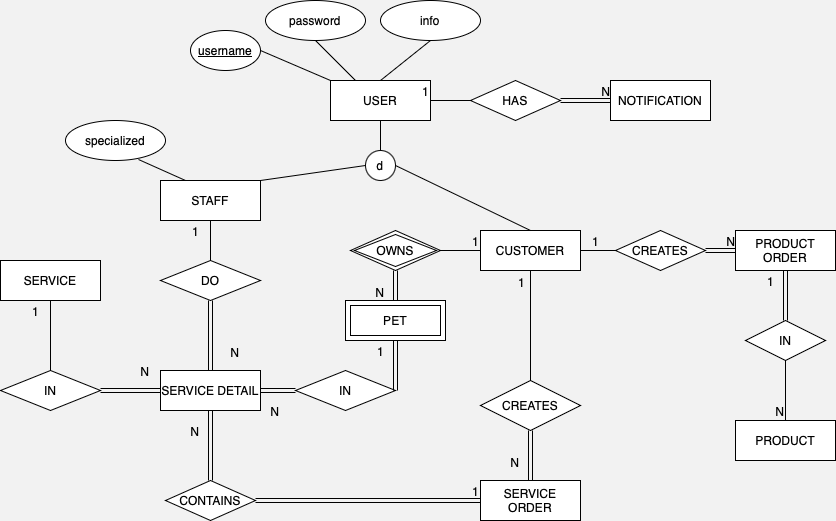
Earlier version of the draw.io export pet-spa-erd.drawio.png (blueonline07/auth-demo). Source tidied: cells renumbered, new cells last; positions are measured from the earlier drawing's top-left corner, leaving out a move shared by most shapes.
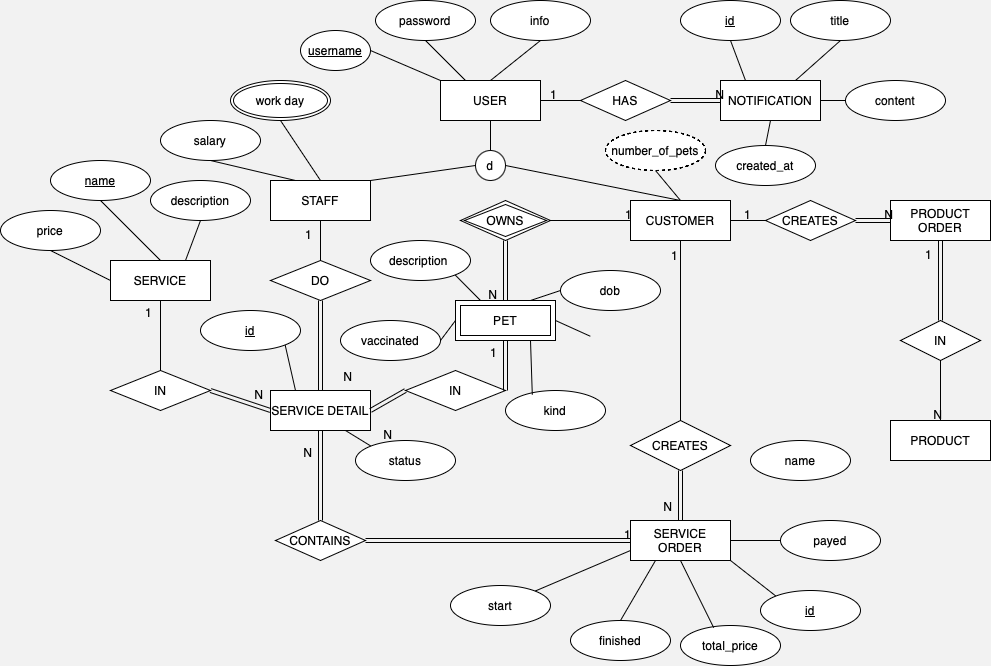
Later version of the same file.

Diff of the diagram source:
```diff
@@ -3,7 +3,7 @@
     <mxCell id="0" />
     <mxCell id="1" parent="0" />
     <mxCell id="2" value="CUSTOMER" style="whiteSpace=wrap;html=1;align=center;" parent="1" vertex="1">
-      <mxGeometry x="480" y="230" width="100" height="40" as="geometry" />
+      <mxGeometry x="520" y="200" width="100" height="40" as="geometry" />
     </mxCell>
     <mxCell id="3" value="SERVICE" style="whiteSpace=wrap;html=1;align=center;" parent="1" vertex="1">
       <mxGeometry y="260" width="100" height="40" as="geometry" />
@@ -21,7 +21,7 @@
       <mxGeometry x="610" y="80" width="100" height="40" as="geometry" />
     </mxCell>
     <mxCell id="8" value="OWNS" style="shape=rhombus;double=1;perimeter=rhombusPerimeter;whiteSpace=wrap;html=1;align=center;" parent="1" vertex="1">
-      <mxGeometry x="350" y="230" width="90" height="40" as="geometry" />
+      <mxGeometry x="350" y="200" width="90" height="40" as="geometry" />
     </mxCell>
     <mxCell id="9" style="shape=link;html=1;rounded=0;entryX=0.5;entryY=0;entryDx=0;entryDy=0;exitX=0.5;exitY=1;exitDx=0;exitDy=0;" parent="1" edge="1" source="8" target="4">
       <mxGeometry relative="1" as="geometry" />
@@ -32,7 +32,7 @@
       </mxGeometry>
     </mxCell>
     <mxCell id="11" value="SERVICE DETAIL" style="whiteSpace=wrap;html=1;align=center;" parent="1" vertex="1">
-      <mxGeometry x="160" y="370" width="100" height="40" as="geometry" />
+      <mxGeometry x="160" y="390" width="100" height="40" as="geometry" />
     </mxCell>
     <mxCell id="12" value="IN" style="shape=rhombus;perimeter=rhombusPerimeter;whiteSpace=wrap;html=1;align=center;rotation=0;" parent="1" vertex="1">
       <mxGeometry x="295" y="370" width="100" height="40" as="geometry" />
@@ -76,7 +76,7 @@
       </mxGeometry>
     </mxCell>
     <mxCell id="23" value="SERVICE ORDER" style="whiteSpace=wrap;html=1;align=center;" parent="1" vertex="1">
-      <mxGeometry x="480" y="480" width="100" height="40" as="geometry" />
+      <mxGeometry x="520" y="520" width="100" height="40" as="geometry" />
     </mxCell>
     <mxCell id="24" style="shape=link;html=1;rounded=0;entryX=0.5;entryY=1;entryDx=0;entryDy=0;exitX=0.5;exitY=0;exitDx=0;exitDy=0;" parent="1" edge="1" source="28" target="11">
       <mxGeometry relative="1" as="geometry" />
@@ -95,7 +95,7 @@
       </mxGeometry>
     </mxCell>
     <mxCell id="28" value="CONTAINS" style="shape=rhombus;perimeter=rhombusPerimeter;whiteSpace=wrap;html=1;align=center;" parent="1" vertex="1">
-      <mxGeometry x="165" y="480" width="90" height="40" as="geometry" />
+      <mxGeometry x="165" y="520" width="90" height="40" as="geometry" />
     </mxCell>
     <mxCell id="29" style="shape=link;html=1;rounded=0;entryX=0;entryY=0.5;entryDx=0;entryDy=0;exitX=1;exitY=0.5;exitDx=0;exitDy=0;" parent="1" edge="1" source="28" target="23">
       <mxGeometry relative="1" as="geometry" />
@@ -104,7 +104,7 @@
       <mxGeometry x="1" relative="1" as="geometry" />
     </mxCell>
     <mxCell id="31" value="CREATES" style="shape=rhombus;perimeter=rhombusPerimeter;whiteSpace=wrap;html=1;align=center;rotation=0;" parent="1" vertex="1">
-      <mxGeometry x="480" y="380" width="100" height="50" as="geometry" />
+      <mxGeometry x="520" y="420" width="100" height="50" as="geometry" />
     </mxCell>
     <mxCell id="32" style="endArrow=none;html=1;rounded=0;exitX=0.5;exitY=1;exitDx=0;exitDy=0;entryX=0.5;entryY=0;entryDx=0;entryDy=0;" parent="1" edge="1" source="6" target="33">
       <mxGeometry relative="1" as="geometry" />
@@ -131,16 +131,18 @@
       <mxGeometry relative="1" as="geometry" />
     </mxCell>
     <mxCell id="40" value="1" style="html=1;whiteSpace=wrap;align=right;verticalAlign=bottom;" parent="39" vertex="1">
-      <mxGeometry x="1" relative="1" as="geometry" />
+      <mxGeometry x="1" relative="1" as="geometry">
+        <mxPoint x="15" as="offset" />
+      </mxGeometry>
     </mxCell>
     <mxCell id="41" value="PRODUCT" style="whiteSpace=wrap;html=1;align=center;" parent="1" vertex="1">
-      <mxGeometry x="735" y="420" width="100" height="40" as="geometry" />
+      <mxGeometry x="780" y="420" width="100" height="40" as="geometry" />
     </mxCell>
     <mxCell id="42" value="PRODUCT ORDER" style="whiteSpace=wrap;html=1;align=center;" parent="1" vertex="1">
-      <mxGeometry x="735" y="230" width="100" height="40" as="geometry" />
+      <mxGeometry x="780" y="200" width="100" height="40" as="geometry" />
     </mxCell>
     <mxCell id="43" value="IN" style="shape=rhombus;perimeter=rhombusPerimeter;whiteSpace=wrap;html=1;align=center;" parent="1" vertex="1">
-      <mxGeometry x="745" y="320" width="80" height="40" as="geometry" />
+      <mxGeometry x="790" y="320" width="80" height="40" as="geometry" />
     </mxCell>
     <mxCell id="44" style="endArrow=none;html=1;rounded=0;entryX=0.5;entryY=0;entryDx=0;entryDy=0;exitX=0.5;exitY=1;exitDx=0;exitDy=0;" parent="1" edge="1" source="43" target="41">
       <mxGeometry relative="1" as="geometry" />
@@ -157,7 +159,7 @@
       </mxGeometry>
     </mxCell>
     <mxCell id="48" value="CREATES" style="shape=rhombus;perimeter=rhombusPerimeter;whiteSpace=wrap;html=1;align=center;rotation=0;" parent="1" vertex="1">
-      <mxGeometry x="615" y="230" width="90" height="40" as="geometry" />
+      <mxGeometry x="655" y="200" width="90" height="40" as="geometry" />
     </mxCell>
     <mxCell id="49" style="endArrow=none;html=1;rounded=0;entryX=1;entryY=0.5;entryDx=0;entryDy=0;exitX=0;exitY=0.5;exitDx=0;exitDy=0;" parent="1" edge="1" source="48" target="2">
       <mxGeometry relative="1" as="geometry" />
@@ -221,11 +223,139 @@
         <mxPoint x="-10" y="20" as="offset" />
       </mxGeometry>
     </mxCell>
-    <mxCell id="67" value="specialized" style="ellipse;whiteSpace=wrap;html=1;align=center;" parent="1" vertex="1">
-      <mxGeometry x="65" y="120" width="100" height="40" as="geometry" />
-    </mxCell>
-    <mxCell id="68" style="endArrow=none;html=1;rounded=0;exitX=0.25;exitY=0;exitDx=0;exitDy=0;entryX=0.73;entryY=0.975;entryDx=0;entryDy=0;entryPerimeter=0;" parent="1" edge="1" source="5" target="67">
-      <mxGeometry relative="1" as="geometry" />
-    </mxCell>
+    <mxCell id="69" value="price" style="ellipse;whiteSpace=wrap;html=1;align=center;" parent="1" vertex="1">
+      <mxGeometry x="-110" y="210" width="100" height="40" as="geometry" />
+    </mxCell>
+    <mxCell id="70" style="endArrow=none;html=1;rounded=0;entryX=0.5;entryY=0;entryDx=0;entryDy=0;exitX=0.5;exitY=1;exitDx=0;exitDy=0;" parent="1" edge="1" source="76" target="3">
+      <mxGeometry relative="1" as="geometry" />
+    </mxCell>
+    <mxCell id="71" style="endArrow=none;html=1;rounded=0;exitX=0.5;exitY=1;exitDx=0;exitDy=0;entryX=0;entryY=0.5;entryDx=0;entryDy=0;" parent="1" edge="1" source="69" target="3">
+      <mxGeometry relative="1" as="geometry" />
+    </mxCell>
+    <mxCell id="72" value="description" style="ellipse;whiteSpace=wrap;html=1;align=center;" parent="1" vertex="1">
+      <mxGeometry x="40" y="180" width="100" height="40" as="geometry" />
+    </mxCell>
+    <mxCell id="73" style="endArrow=none;html=1;rounded=0;exitX=0.75;exitY=0;exitDx=0;exitDy=0;entryX=0.5;entryY=1;entryDx=0;entryDy=0;" parent="1" edge="1" source="3" target="72">
+      <mxGeometry relative="1" as="geometry" />
+    </mxCell>
+    <mxCell id="74" value="salary" style="ellipse;whiteSpace=wrap;html=1;align=center;" parent="1" vertex="1">
+      <mxGeometry x="50" y="120" width="100" height="40" as="geometry" />
+    </mxCell>
+    <mxCell id="75" style="endArrow=none;html=1;rounded=0;exitX=0.5;exitY=1;exitDx=0;exitDy=0;entryX=0.25;entryY=0;entryDx=0;entryDy=0;" parent="1" edge="1" source="74" target="5">
+      <mxGeometry relative="1" as="geometry" />
+    </mxCell>
+    <mxCell id="76" value="name" style="ellipse;whiteSpace=wrap;html=1;align=center;fontStyle=4;" parent="1" vertex="1">
+      <mxGeometry x="-60" y="160" width="100" height="40" as="geometry" />
+    </mxCell>
+    <mxCell id="77" value="work day" style="ellipse;shape=doubleEllipse;margin=3;whiteSpace=wrap;html=1;align=center;" parent="1" vertex="1">
+      <mxGeometry x="120" y="80" width="100" height="40" as="geometry" />
+    </mxCell>
+    <mxCell id="78" style="endArrow=none;html=1;rounded=0;exitX=0.5;exitY=0;exitDx=0;exitDy=0;entryX=0.5;entryY=1;entryDx=0;entryDy=0;" parent="1" edge="1" source="5" target="77">
+      <mxGeometry relative="1" as="geometry" />
+    </mxCell>
+    <mxCell id="79" value="id" style="ellipse;whiteSpace=wrap;html=1;align=center;fontStyle=4;" parent="1" vertex="1">
+      <mxGeometry x="570" width="100" height="40" as="geometry" />
+    </mxCell>
+    <mxCell id="80" value="title" style="ellipse;whiteSpace=wrap;html=1;align=center;" parent="1" vertex="1">
+      <mxGeometry x="680" width="100" height="40" as="geometry" />
+    </mxCell>
+    <mxCell id="81" value="content" style="ellipse;whiteSpace=wrap;html=1;align=center;" parent="1" vertex="1">
+      <mxGeometry x="735" y="80" width="100" height="40" as="geometry" />
+    </mxCell>
+    <mxCell id="82" value="created_at" style="ellipse;whiteSpace=wrap;html=1;align=center;" parent="1" vertex="1">
+      <mxGeometry x="605" y="145" width="100" height="40" as="geometry" />
+    </mxCell>
+    <mxCell id="83" style="endArrow=none;html=1;rounded=0;exitX=0.5;exitY=1;exitDx=0;exitDy=0;entryX=0.5;entryY=0;entryDx=0;entryDy=0;" parent="1" edge="1" source="7" target="82">
+      <mxGeometry relative="1" as="geometry" />
+    </mxCell>
+    <mxCell id="84" style="endArrow=none;html=1;rounded=0;exitX=1;exitY=0.5;exitDx=0;exitDy=0;entryX=0;entryY=0.5;entryDx=0;entryDy=0;" parent="1" edge="1" source="7" target="81">
+      <mxGeometry relative="1" as="geometry" />
+    </mxCell>
+    <mxCell id="85" style="endArrow=none;html=1;rounded=0;exitX=0.75;exitY=0;exitDx=0;exitDy=0;entryX=0.5;entryY=1;entryDx=0;entryDy=0;" parent="1" edge="1" source="7" target="80">
+      <mxGeometry relative="1" as="geometry" />
+    </mxCell>
+    <mxCell id="86" style="endArrow=none;html=1;rounded=0;exitX=0.25;exitY=0;exitDx=0;exitDy=0;entryX=0.5;entryY=1;entryDx=0;entryDy=0;" parent="1" edge="1" source="7" target="79">
+      <mxGeometry relative="1" as="geometry" />
+    </mxCell>
+    <mxCell id="87" value="start" style="ellipse;whiteSpace=wrap;html=1;align=center;" parent="1" vertex="1">
+      <mxGeometry x="340" y="585" width="100" height="40" as="geometry" />
+    </mxCell>
+    <mxCell id="88" value="finished" style="ellipse;whiteSpace=wrap;html=1;align=center;" parent="1" vertex="1">
+      <mxGeometry x="460" y="620" width="100" height="40" as="geometry" />
+    </mxCell>
+    <mxCell id="89" value="status" style="ellipse;whiteSpace=wrap;html=1;align=center;" parent="1" vertex="1">
+      <mxGeometry x="245" y="440" width="100" height="40" as="geometry" />
+    </mxCell>
+    <mxCell id="90" style="endArrow=none;html=1;rounded=0;exitX=0;exitY=0.75;exitDx=0;exitDy=0;entryX=1;entryY=0;entryDx=0;entryDy=0;" parent="1" edge="1" source="23" target="87">
+      <mxGeometry relative="1" as="geometry" />
+    </mxCell>
+    <mxCell id="91" style="endArrow=none;html=1;rounded=0;exitX=0.25;exitY=1;exitDx=0;exitDy=0;entryX=0.5;entryY=0;entryDx=0;entryDy=0;" parent="1" edge="1" source="23" target="88">
+      <mxGeometry relative="1" as="geometry" />
+    </mxCell>
+    <mxCell id="92" style="endArrow=none;html=1;rounded=0;exitX=0.75;exitY=1;exitDx=0;exitDy=0;entryX=0;entryY=0;entryDx=0;entryDy=0;" parent="1" edge="1" source="11" target="89">
+      <mxGeometry relative="1" as="geometry" />
+    </mxCell>
+    <mxCell id="93" value="id" style="ellipse;whiteSpace=wrap;html=1;align=center;fontStyle=4;" parent="1" vertex="1">
+      <mxGeometry x="90" y="310" width="100" height="40" as="geometry" />
+    </mxCell>
+    <mxCell id="94" style="endArrow=none;html=1;rounded=0;exitX=1;exitY=1;exitDx=0;exitDy=0;entryX=0.25;entryY=0;entryDx=0;entryDy=0;" parent="1" edge="1" source="93" target="11">
+      <mxGeometry relative="1" as="geometry" />
+    </mxCell>
+    <mxCell id="95" value="kind" style="ellipse;whiteSpace=wrap;html=1;align=center;" parent="1" vertex="1">
+      <mxGeometry x="395" y="390" width="100" height="40" as="geometry" />
+    </mxCell>
+    <mxCell id="96" value="vaccinated" style="ellipse;whiteSpace=wrap;html=1;align=center;" parent="1" vertex="1">
+      <mxGeometry x="230" y="320" width="100" height="40" as="geometry" />
+    </mxCell>
+    <mxCell id="97" style="endArrow=none;html=1;rounded=0;exitX=0;exitY=0.5;exitDx=0;exitDy=0;entryX=1;entryY=0.5;entryDx=0;entryDy=0;" parent="1" edge="1" source="4" target="96">
+      <mxGeometry relative="1" as="geometry" />
+    </mxCell>
+    <mxCell id="98" style="endArrow=none;html=1;rounded=0;exitX=0.75;exitY=1;exitDx=0;exitDy=0;entryX=0.268;entryY=0.107;entryDx=0;entryDy=0;entryPerimeter=0;" parent="1" edge="1" source="4" target="95">
+      <mxGeometry relative="1" as="geometry" />
+    </mxCell>
+    <mxCell id="99" style="endArrow=none;html=1;rounded=0;exitX=1;exitY=0.5;exitDx=0;exitDy=0;entryX=0;entryY=0;entryDx=0;entryDy=0;" parent="1" edge="1" source="4">
+      <mxGeometry relative="1" as="geometry">
+        <mxPoint x="479.9" y="335.8" as="targetPoint" />
+      </mxGeometry>
+    </mxCell>
+    <mxCell id="100" value="dob" style="ellipse;whiteSpace=wrap;html=1;align=center;" parent="1" vertex="1">
+      <mxGeometry x="450" y="270" width="100" height="40" as="geometry" />
+    </mxCell>
+    <mxCell id="101" style="endArrow=none;html=1;rounded=0;entryX=0;entryY=0.5;entryDx=0;entryDy=0;exitX=0.75;exitY=0;exitDx=0;exitDy=0;" parent="1" edge="1" source="4" target="100">
+      <mxGeometry relative="1" as="geometry" />
+    </mxCell>
+    <mxCell id="102" value="description&amp;nbsp;" style="ellipse;whiteSpace=wrap;html=1;align=center;" parent="1" vertex="1">
+      <mxGeometry x="260" y="240" width="100" height="40" as="geometry" />
+    </mxCell>
+    <mxCell id="103" style="endArrow=none;html=1;rounded=0;exitX=1;exitY=1;exitDx=0;exitDy=0;entryX=0.25;entryY=0;entryDx=0;entryDy=0;" parent="1" edge="1" source="102" target="4">
+      <mxGeometry relative="1" as="geometry" />
+    </mxCell>
+    <mxCell id="104" value="number_of_pets" style="ellipse;whiteSpace=wrap;html=1;align=center;dashed=1;" parent="1" vertex="1">
+      <mxGeometry x="495" y="130" width="100" height="40" as="geometry" />
+    </mxCell>
+    <mxCell id="105" style="endArrow=none;html=1;rounded=0;exitX=0.5;exitY=1;exitDx=0;exitDy=0;entryX=0.5;entryY=0;entryDx=0;entryDy=0;" parent="1" edge="1" source="104" target="2">
+      <mxGeometry relative="1" as="geometry" />
+    </mxCell>
+    <mxCell id="106" value="id" style="ellipse;whiteSpace=wrap;html=1;align=center;fontStyle=4;" parent="1" vertex="1">
+      <mxGeometry x="650" y="590" width="100" height="40" as="geometry" />
+    </mxCell>
+    <mxCell id="107" value="total_price" style="ellipse;whiteSpace=wrap;html=1;align=center;" parent="1" vertex="1">
+      <mxGeometry x="570" y="625" width="100" height="40" as="geometry" />
+    </mxCell>
+    <mxCell id="108" style="endArrow=none;html=1;rounded=0;entryX=0.332;entryY=0.056;entryDx=0;entryDy=0;entryPerimeter=0;exitX=0.5;exitY=1;exitDx=0;exitDy=0;" parent="1" edge="1" source="23" target="107">
+      <mxGeometry relative="1" as="geometry" />
+    </mxCell>
+    <mxCell id="109" style="endArrow=none;html=1;rounded=0;entryX=0;entryY=0;entryDx=0;entryDy=0;exitX=1;exitY=1;exitDx=0;exitDy=0;" parent="1" edge="1" source="23" target="106">
+      <mxGeometry relative="1" as="geometry" />
+    </mxCell>
+    <mxCell id="110" value="payed" style="ellipse;whiteSpace=wrap;html=1;align=center;" parent="1" vertex="1">
+      <mxGeometry x="670" y="520" width="100" height="40" as="geometry" />
+    </mxCell>
+    <mxCell id="111" style="endArrow=none;html=1;rounded=0;entryX=0;entryY=0.5;entryDx=0;entryDy=0;exitX=1;exitY=0.5;exitDx=0;exitDy=0;" parent="1" edge="1" source="23" target="110">
+      <mxGeometry relative="1" as="geometry" />
+    </mxCell>
+    <mxCell id="112" value="&lt;span&gt;name&lt;/span&gt;" style="ellipse;whiteSpace=wrap;html=1;align=center;fontStyle=0;" parent="1" vertex="1">
+      <mxGeometry x="640" y="440" width="100" height="40" as="geometry" />
+    </mxCell>
   </root>
 </mxGraphModel>
```
